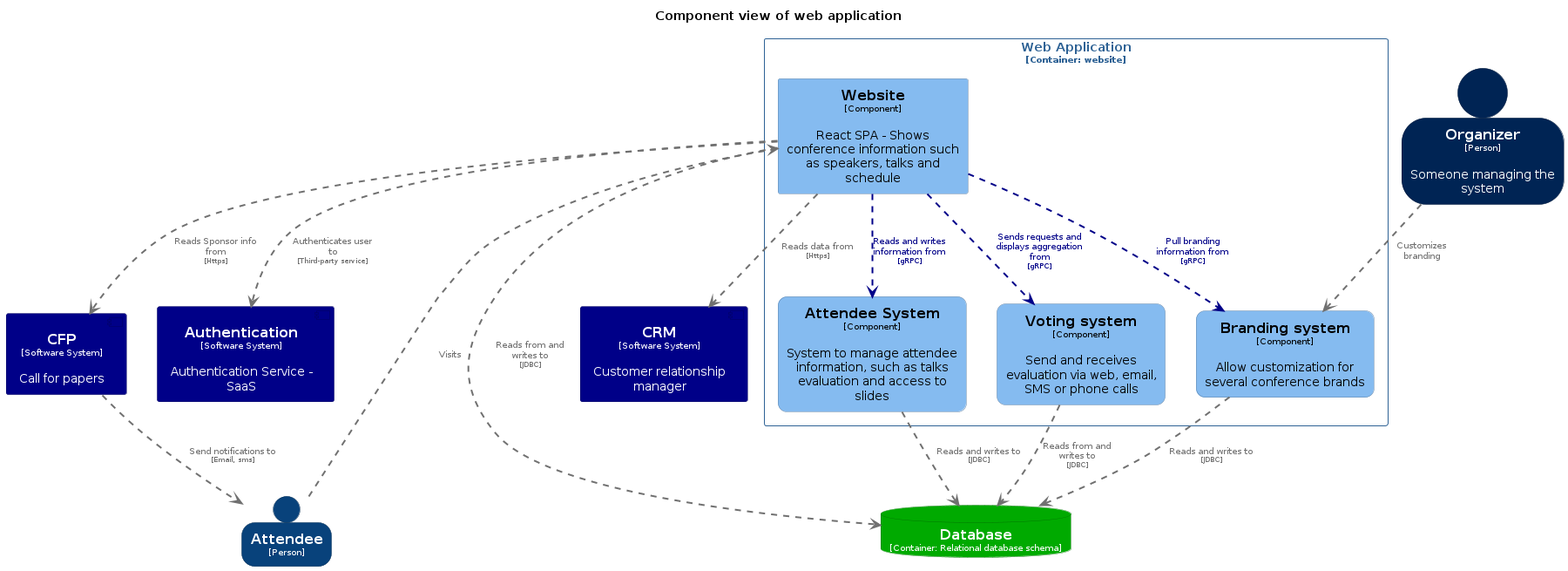
The PlantUML diagram workspace/images/structurizr-Component-002.png in anyulled/conference-kata, before a commit.
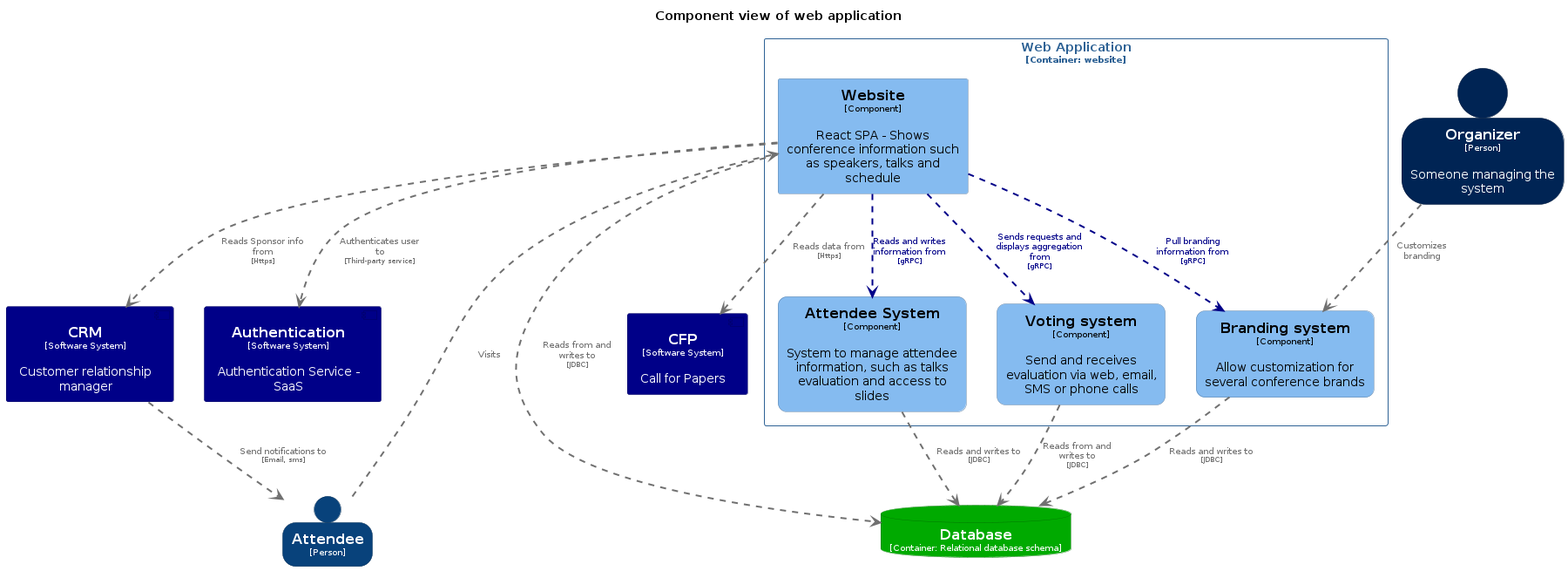
After the change.

Commit message:
chores(C4 diagrams): Update Structurizr diagrams

The edit, as a diff of the source:
```diff
@@ -83,8 +83,8 @@
 }
 
 person "==Attendee\n<size:10>[Person]</size>" <<Attendee>> as Attendee
+component "==CFP\n<size:10>[Software System]</size>\n\nCall for Papers" <<CFP>> as CFP
 component "==CRM\n<size:10>[Software System]</size>\n\nCustomer relationship manager" <<CRM>> as CRM
-component "==CFP\n<size:10>[Software System]</size>\n\nCall for papers" <<CFP>> as CFP
 person "==Organizer\n<size:10>[Person]</size>\n\nSomeone managing the system" <<Organizer>> as Organizer
 component "==Authentication\n<size:10>[Software System]</size>\n\nAuthentication Service - SaaS" <<Authentication>> as Authentication
 database "==Database\n<size:10>[Container: Relational database schema]</size>" <<ConferenceSystem.Database>> as ConferenceSystem.Database
@@ -106,7 +106,7 @@
 ConferenceSystem.WebApplication.AttendeeSystem .[#707070,thickness=2].> ConferenceSystem.Database : "<color:#707070>Reads and writes to\n<color:#707070><size:8>[JDBC]</size>"
 ConferenceSystem.WebApplication.Votingsystem .[#707070,thickness=2].> ConferenceSystem.Database : "<color:#707070>Reads from and writes to\n<color:#707070><size:8>[JDBC]</size>"
 ConferenceSystem.WebApplication.Website .[#707070,thickness=2].> Authentication : "<color:#707070>Authenticates user to\n<color:#707070><size:8>[Third-party service]</size>"
-ConferenceSystem.WebApplication.Website .[#707070,thickness=2].> CRM : "<color:#707070>Reads data from\n<color:#707070><size:8>[Https]</size>"
-CFP .[#707070,thickness=2].> Attendee : "<color:#707070>Send notifications to\n<color:#707070><size:8>[Email, sms]</size>"
-ConferenceSystem.WebApplication.Website .[#707070,thickness=2].> CFP : "<color:#707070>Reads Sponsor info from\n<color:#707070><size:8>[Https]</size>"
+ConferenceSystem.WebApplication.Website .[#707070,thickness=2].> CFP : "<color:#707070>Reads data from\n<color:#707070><size:8>[Https]</size>"
+CRM .[#707070,thickness=2].> Attendee : "<color:#707070>Send notifications to\n<color:#707070><size:8>[Email, sms]</size>"
+ConferenceSystem.WebApplication.Website .[#707070,thickness=2].> CRM : "<color:#707070>Reads Sponsor info from\n<color:#707070><size:8>[Https]</size>"
 @enduml
```
